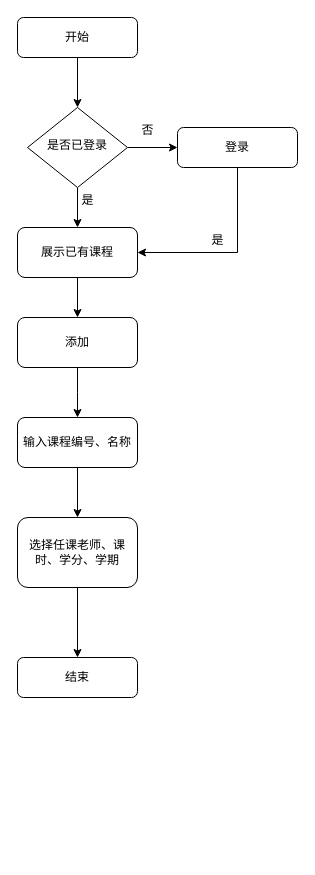
This is 添加课程功能.drawio from creazy412/none, a draw.io file, before an edit. Source tidied: cells renumbered, new cells numbered last; positions are measured from the earlier drawing's top-left corner, leaving out a move shared by most shapes. Both pictures are drawn from the tidied source at 100%, with x=0, y=0 at pixel (17, 17).
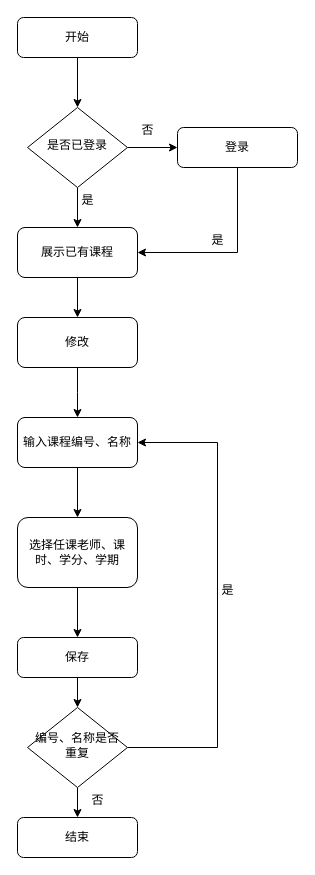
After the change.

Commit message:
更新修改课程功能.drawio

Unchanged cells that the change refers to:
```xml
<mxCell id="12" value="选择任课老师、课时、学分、学期" style="rounded=1;whiteSpace=wrap;html=1;fontSize=12;glass=0;strokeWidth=1;shadow=0;" parent="1" vertex="1">
  <mxGeometry y="500" width="120" height="70" as="geometry" />
</mxCell>
<mxCell id="17" value="输入课程编号、名称" style="rounded=1;whiteSpace=wrap;html=1;fontSize=12;glass=0;strokeWidth=1;shadow=0;" parent="1" vertex="1">
  <mxGeometry y="400" width="120" height="50" as="geometry" />
</mxCell>
```

The edit, as a diff of the source:
```diff
@@
     <mxCell id="10" value="结束" style="rounded=1;whiteSpace=wrap;html=1;fontSize=12;glass=0;strokeWidth=1;shadow=0;" parent="1" vertex="1">
-      <mxGeometry y="640" width="120" height="40" as="geometry" />
+      <mxGeometry y="800" width="120" height="40" as="geometry" />
     </mxCell>
-    <mxCell id="11" style="edgeStyle=orthogonalEdgeStyle;rounded=0;jettySize=auto;html=1;" parent="1" edge="1" source="12" target="10">
-      <mxGeometry relative="1" as="geometry" />
-    </mxCell>
+    <mxCell id="21" style="edgeStyle=orthogonalEdgeStyle;rounded=0;jettySize=auto;html=1;" parent="1" edge="1" source="12" target="23">
+      <mxGeometry relative="1" as="geometry" />
+    </mxCell>
@@
-    <mxCell id="15" value="添加" style="rounded=1;whiteSpace=wrap;html=1;fontSize=12;glass=0;strokeWidth=1;shadow=0;" parent="1" vertex="1">
+    <mxCell id="15" value="修改" style="rounded=1;whiteSpace=wrap;html=1;fontSize=12;glass=0;strokeWidth=1;shadow=0;" parent="1" vertex="1">
       <mxGeometry y="300" width="120" height="50" as="geometry" />
     </mxCell>
@@
+    <mxCell id="22" style="edgeStyle=orthogonalEdgeStyle;rounded=0;jettySize=auto;html=1;" parent="1" edge="1" source="23" target="26">
+      <mxGeometry relative="1" as="geometry" />
+    </mxCell>
+    <mxCell id="23" value="保存" style="rounded=1;whiteSpace=wrap;html=1;fontSize=12;glass=0;strokeWidth=1;shadow=0;" parent="1" vertex="1">
+      <mxGeometry y="620" width="120" height="40" as="geometry" />
+    </mxCell>
+    <mxCell id="24" style="edgeStyle=orthogonalEdgeStyle;rounded=0;jettySize=auto;html=1;" parent="1" edge="1" source="26" target="10">
+      <mxGeometry relative="1" as="geometry" />
+    </mxCell>
+    <mxCell id="25" style="edgeStyle=orthogonalEdgeStyle;rounded=0;jettySize=auto;html=1;entryX=1;entryY=0.5;entryDx=0;entryDy=0;" parent="1" edge="1" source="26" target="17">
+      <mxGeometry relative="1" as="geometry">
+        <Array as="points">
+          <mxPoint x="200" y="730" />
+          <mxPoint x="200" y="425" />
+        </Array>
+      </mxGeometry>
+    </mxCell>
+    <mxCell id="26" value="编号、名称是否重复" style="rhombus;whiteSpace=wrap;html=1;shadow=0;fontFamily=Helvetica;fontSize=12;align=center;strokeWidth=1;spacing=6;spacingTop=-4;" parent="1" vertex="1">
+      <mxGeometry x="10" y="690" width="100" height="80" as="geometry" />
+    </mxCell>
+    <mxCell id="27" value="否" style="text;html=1;align=center;verticalAlign=middle;strokeColor=none;fillColor=none;" parent="1" vertex="1">
+      <mxGeometry x="60" y="768" width="40" height="30" as="geometry" />
+    </mxCell>
+    <mxCell id="28" value="是" style="text;html=1;align=center;verticalAlign=middle;strokeColor=none;fillColor=none;" parent="1" vertex="1">
+      <mxGeometry x="190" y="558" width="40" height="30" as="geometry" />
+    </mxCell>
```
